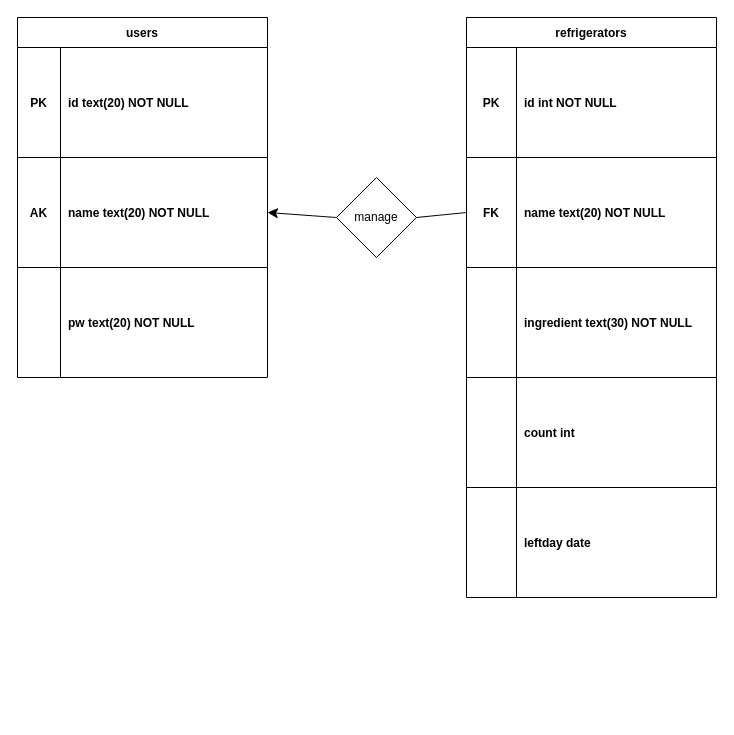
This is ER 다이어그램.drawio from what-s-in-my-fridge/what-s-in-my-fridge, a draw.io file, before an edit. Source tidied: cells renumbered, new cells numbered last; positions are measured from the earlier drawing's top-left corner, leaving out a move shared by most shapes. Both pictures are drawn from the tidied source at 100%, with x=0, y=0 at pixel (17, 17).
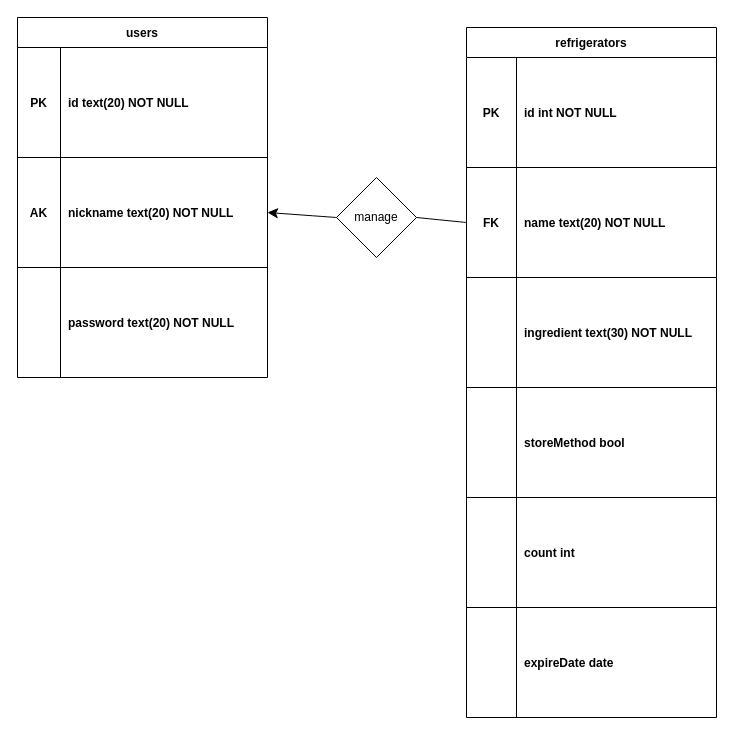
Above is the later version.

Commit message:
ER 다이어그램.drawio 업데이트

The change refers to these unchanged cells:
```xml
<mxCell id="25" style="shape=partialRectangle;fillColor=none;points=[[0,0.5],[1,0.5]];portConstraint=eastwest;top=0;left=0;right=0;bottom=1;" parent="21" vertex="1">
  <mxGeometry y="140" width="250" height="110" as="geometry" />
</mxCell>
<mxCell id="28" style="shape=partialRectangle;fillColor=none;top=0;left=0;right=0;bottom=0;dashed=1;" parent="21" vertex="1">
  <mxGeometry y="250" width="250" height="110" as="geometry" />
</mxCell>
```

Change to the diagram source:
```diff
@@
     <mxCell id="2" value="refrigerators" style="shape=table;startSize=30;childLayout=tableLayout;rowLines=0;fontStyle=1;align=center;" parent="1" vertex="1">
-      <mxGeometry x="449" width="250" height="580" as="geometry" />
+      <mxGeometry x="449" y="10" width="250" height="690" as="geometry" />
     </mxCell>
@@
+    <mxCell id="31" style="shape=partialRectangle;fillColor=none;top=0;left=0;right=0;bottom=1;" parent="2" vertex="1">
+      <mxGeometry y="360" width="250" height="110" as="geometry" />
+    </mxCell>
+    <mxCell id="32" style="shape=partialRectangle;overflow=hidden;fillColor=none;top=0;left=0;bottom=0;right=0;fontStyle=1;" parent="31" vertex="1">
+      <mxGeometry width="50" height="110" as="geometry" />
+    </mxCell>
+    <mxCell id="33" value="storeMethod bool" style="shape=partialRectangle;overflow=hidden;fillColor=none;top=0;left=0;bottom=0;right=0;align=left;spacingLeft=6;fontStyle=1;" parent="31" vertex="1">
+      <mxGeometry x="50" width="200" height="110" as="geometry" />
+    </mxCell>
     <mxCell id="12" style="shape=partialRectangle;fillColor=none;top=0;left=0;right=0;bottom=1;" parent="2" vertex="1">
-      <mxGeometry y="360" width="250" height="110" as="geometry" />
+      <mxGeometry y="470" width="250" height="110" as="geometry" />
     </mxCell>
@@
     <mxCell id="15" style="shape=partialRectangle;fillColor=none;top=0;left=0;right=0;bottom=0;dashed=1;" parent="2" vertex="1">
-      <mxGeometry y="470" width="250" height="110" as="geometry" />
+      <mxGeometry y="580" width="250" height="110" as="geometry" />
     </mxCell>
@@
-    <mxCell id="17" value="leftday date" style="shape=partialRectangle;overflow=hidden;fillColor=none;top=0;left=0;bottom=0;right=0;align=left;spacingLeft=6;fontStyle=1;" parent="15" vertex="1">
+    <mxCell id="17" value="expireDate date" style="shape=partialRectangle;overflow=hidden;fillColor=none;top=0;left=0;bottom=0;right=0;align=left;spacingLeft=6;fontStyle=1;" parent="15" vertex="1">
       <mxGeometry x="50" width="200" height="110" as="geometry" />
     </mxCell>
@@
-    <mxCell id="27" value="name text(20) NOT NULL" style="shape=partialRectangle;overflow=hidden;fillColor=none;top=0;left=0;bottom=0;right=0;align=left;spacingLeft=6;fontStyle=1;" parent="25" vertex="1">
+    <mxCell id="27" value="nickname text(20) NOT NULL" style="shape=partialRectangle;overflow=hidden;fillColor=none;top=0;left=0;bottom=0;right=0;align=left;spacingLeft=6;fontStyle=1;" parent="25" vertex="1">
       <mxGeometry x="43" width="207" height="110" as="geometry" />
     </mxCell>
@@
-    <mxCell id="30" value="pw text(20) NOT NULL" style="shape=partialRectangle;overflow=hidden;fillColor=none;top=0;left=0;bottom=0;right=0;align=left;spacingLeft=6;fontStyle=1;" parent="28" vertex="1">
+    <mxCell id="30" value="password text(20) NOT NULL" style="shape=partialRectangle;overflow=hidden;fillColor=none;top=0;left=0;bottom=0;right=0;align=left;spacingLeft=6;fontStyle=1;" parent="28" vertex="1">
       <mxGeometry x="43" width="207" height="110" as="geometry" />
     </mxCell>
```
